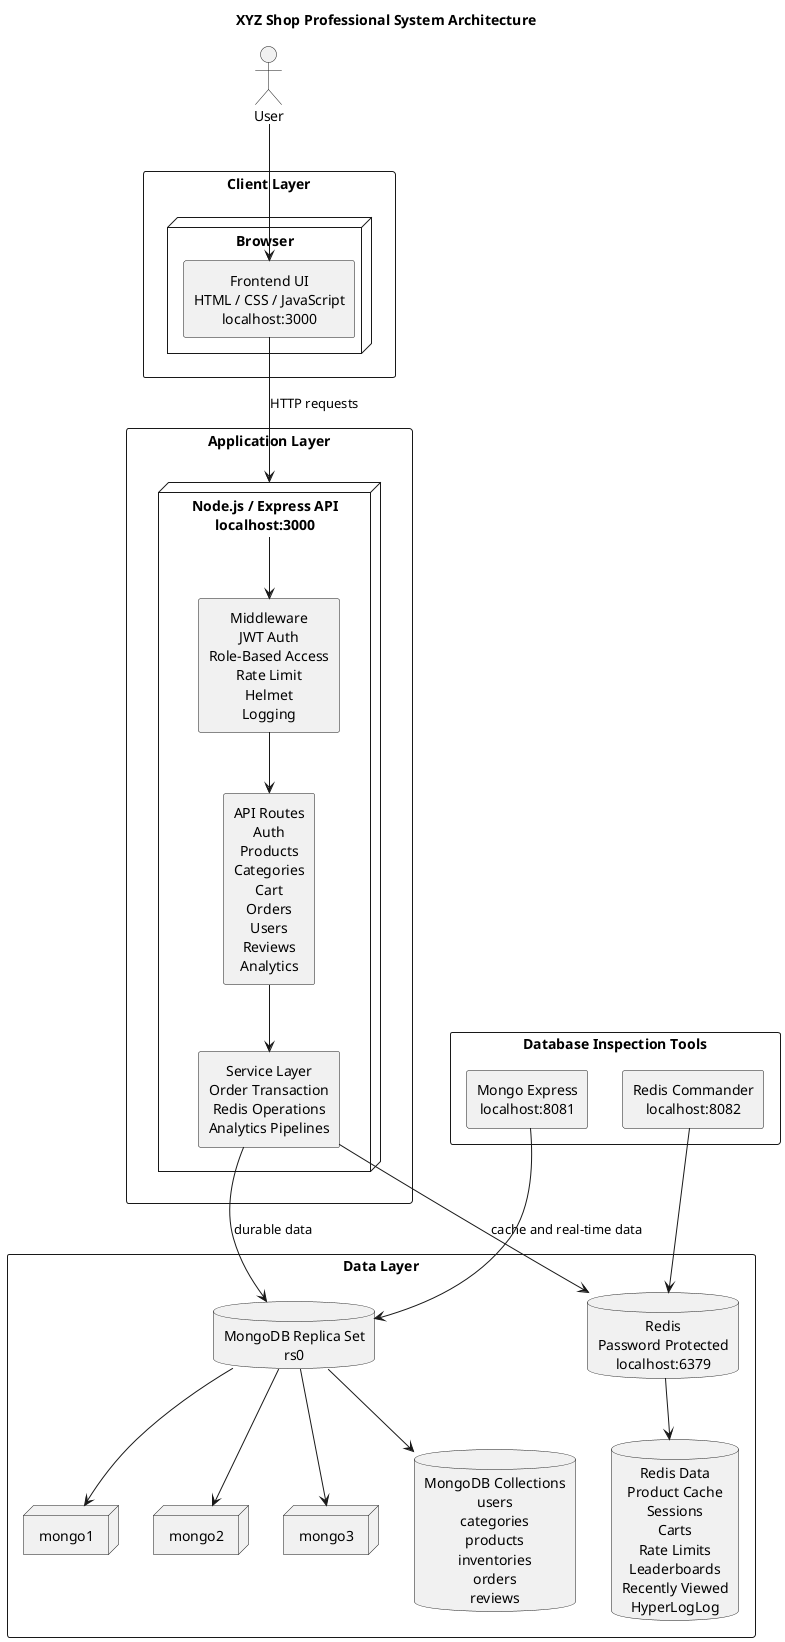
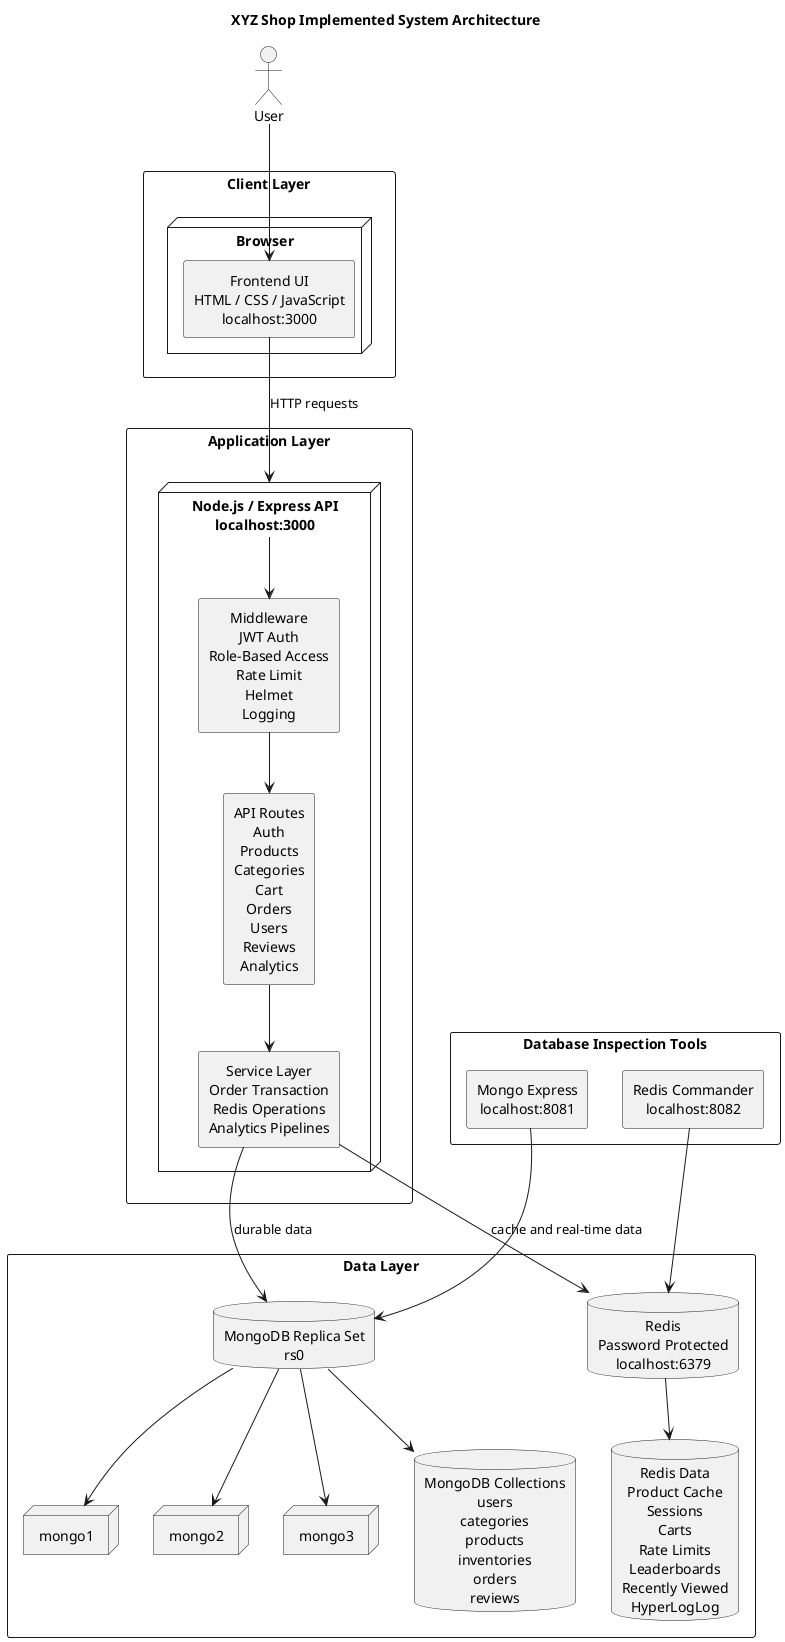
@startuml
- title XYZ Shop Professional System Architecture
+ title XYZ Shop Implemented System Architecture

skinparam shadowing false
skinparam componentStyle rectangle
skinparam packageStyle rectangle
skinparam wrapWidth 180
skinparam defaultTextAlignment center

actor "User" as user

package "Client Layer" {
  node "Browser" as browser {
    component "Frontend UI\nHTML / CSS / JavaScript\nlocalhost:3000" as frontend
  }
}

package "Application Layer" {
  node "Node.js / Express API\nlocalhost:3000" as api {
    component "Middleware\nJWT Auth\nRole-Based Access\nRate Limit\nHelmet\nLogging" as middleware
    component "API Routes\nAuth\nProducts\nCategories\nCart\nOrders\nUsers\nReviews\nAnalytics" as routes
    component "Service Layer\nOrder Transaction\nRedis Operations\nAnalytics Pipelines" as services
  }
}

package "Data Layer" {
  database "MongoDB Replica Set\nrs0" as mongo
  node "mongo1" as mongo1
  node "mongo2" as mongo2
  node "mongo3" as mongo3

  database "MongoDB Collections\nusers\ncategories\nproducts\ninventories\norders\nreviews" as collections

  database "Redis\nPassword Protected\nlocalhost:6379" as redis
  database "Redis Data\nProduct Cache\nSessions\nCarts\nRate Limits\nLeaderboards\nRecently Viewed\nHyperLogLog" as redisData
}

package "Database Inspection Tools" {
  component "Mongo Express\nlocalhost:8081" as mongoExpress
  component "Redis Commander\nlocalhost:8082" as redisCommander
}

user --> frontend
frontend --> api : HTTP requests
api --> middleware
middleware --> routes
routes --> services
services --> mongo : durable data
services --> redis : cache and real-time data
mongo --> mongo1
mongo --> mongo2
mongo --> mongo3
mongo --> collections
redis --> redisData
mongoExpress --> mongo
redisCommander --> redis

@enduml
